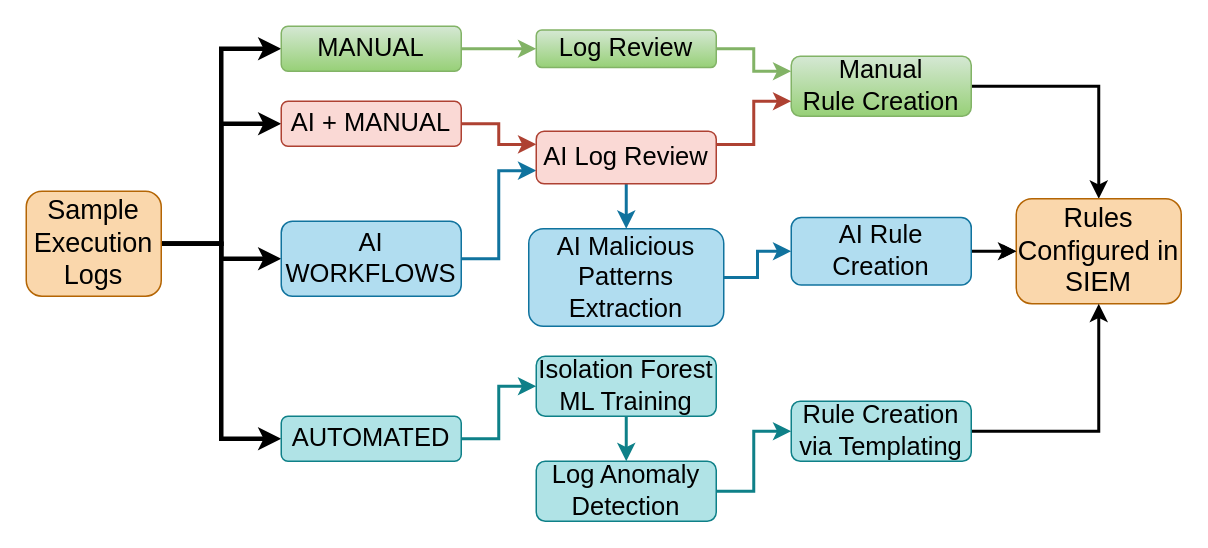
This is documentation/drawio/GenMethods.drawio from zerodavesec/masters-dissertation, a draw.io file, before an edit. Source tidied: cells renumbered, new cells numbered last; positions are measured from the earlier drawing's top-left corner, leaving out a move shared by most shapes. Both pictures are drawn from the tidied source at 150%, with x=0, y=0 at pixel (26, 26).
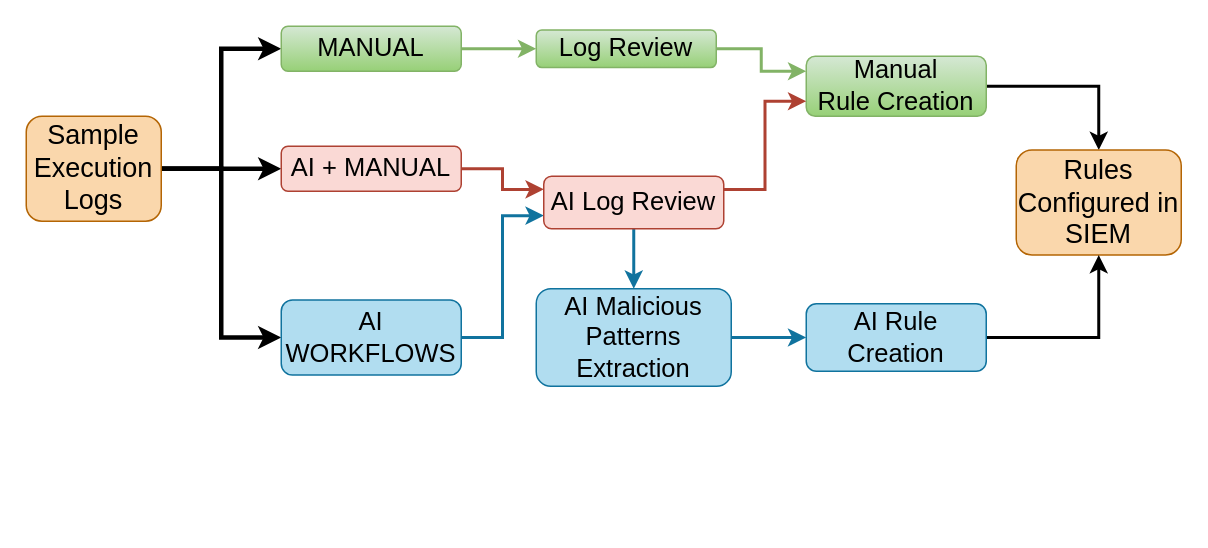
The same diagram, later.

Commit message (it also covers changes not shown here):
Edited Gen Methods graph

Change to the diagram source:
```diff
@@
-    <mxCell id="3" style="edgeStyle=orthogonalEdgeStyle;rounded=0;jettySize=auto;html=1;exitX=1;exitY=0.5;exitDx=0;exitDy=0;entryX=0;entryY=0.5;entryDx=0;entryDy=0;strokeWidth=3;" parent="1" edge="1" source="6" target="12">
-      <mxGeometry relative="1" as="geometry" />
-    </mxCell>
@@
     <mxCell id="6" value="&lt;font style=&quot;font-size: 18px;&quot;&gt;Sample Execution Logs&lt;/font&gt;" style="rounded=1;whiteSpace=wrap;html=1;fillColor=#fad7ac;strokeColor=#b46504;" parent="1" vertex="1">
-      <mxGeometry y="110" width="90" height="70" as="geometry" />
+      <mxGeometry y="60" width="90" height="70" as="geometry" />
     </mxCell>
@@
     <mxCell id="10" value="&lt;font style=&quot;font-size: 17px;&quot;&gt;AI + MANUAL&lt;/font&gt;" style="rounded=1;whiteSpace=wrap;html=1;strokeWidth=1;fillColor=#fad9d5;strokeColor=#ae4132;" parent="1" vertex="1">
-      <mxGeometry x="170" y="50" width="120" height="30" as="geometry" />
+      <mxGeometry x="170" y="80" width="120" height="30" as="geometry" />
     </mxCell>
-    <mxCell id="11" style="edgeStyle=orthogonalEdgeStyle;rounded=0;jettySize=auto;html=1;exitX=1;exitY=0.5;exitDx=0;exitDy=0;entryX=0;entryY=0.5;entryDx=0;entryDy=0;strokeWidth=2;fillColor=#b0e3e6;strokeColor=#0e8088;" parent="1" edge="1" source="12" target="25">
-      <mxGeometry relative="1" as="geometry" />
-    </mxCell>
-    <mxCell id="12" value="&lt;font style=&quot;font-size: 17px;&quot;&gt;AUTOMATED&lt;/font&gt;" style="rounded=1;whiteSpace=wrap;html=1;fillColor=#b0e3e6;strokeColor=#0e8088;" parent="1" vertex="1">
-      <mxGeometry x="170" y="260" width="120" height="30" as="geometry" />
-    </mxCell>
@@
     <mxCell id="14" value="&lt;div&gt;&lt;font style=&quot;font-size: 17px;&quot;&gt;AI WORKFLOWS&lt;/font&gt;&lt;/div&gt;" style="rounded=1;whiteSpace=wrap;html=1;fillColor=#b1ddf0;strokeColor=#10739e;" parent="1" vertex="1">
-      <mxGeometry x="170" y="130" width="120" height="50" as="geometry" />
+      <mxGeometry x="170" y="182.5" width="120" height="50" as="geometry" />
     </mxCell>
@@
     <mxCell id="19" value="&lt;div&gt;&lt;font style=&quot;font-size: 17px;&quot;&gt;Manual&lt;/font&gt;&lt;/div&gt;&lt;div&gt;&lt;font style=&quot;font-size: 17px;&quot;&gt;Rule Creation&lt;/font&gt;&lt;/div&gt;" style="rounded=1;whiteSpace=wrap;html=1;fillColor=#d5e8d4;strokeColor=#82b366;gradientColor=#97d077;" parent="1" vertex="1">
-      <mxGeometry x="510" y="20" width="120" height="40" as="geometry" />
+      <mxGeometry x="520" y="20" width="120" height="40" as="geometry" />
     </mxCell>
     <mxCell id="20" value="&lt;font style=&quot;font-size: 18px;&quot;&gt;Rules Configured in SIEM&lt;/font&gt;" style="rounded=1;whiteSpace=wrap;html=1;fillColor=#fad7ac;strokeColor=#b46504;" parent="1" vertex="1">
-      <mxGeometry x="660" y="115" width="110" height="70" as="geometry" />
+      <mxGeometry x="660" y="82.5" width="110" height="70" as="geometry" />
     </mxCell>
@@
     <mxCell id="23" value="&lt;div&gt;&lt;font style=&quot;font-size: 17px;&quot;&gt;AI Log Review&lt;/font&gt;&lt;/div&gt;" style="rounded=1;whiteSpace=wrap;html=1;fillColor=#fad9d5;strokeColor=#ae4132;" parent="1" vertex="1">
-      <mxGeometry x="340" y="70" width="120" height="35" as="geometry" />
+      <mxGeometry x="345" y="100" width="120" height="35" as="geometry" />
     </mxCell>
-    <mxCell id="24" style="edgeStyle=orthogonalEdgeStyle;rounded=0;jettySize=auto;html=1;exitX=0.5;exitY=1;exitDx=0;exitDy=0;entryX=0.5;entryY=0;entryDx=0;entryDy=0;fillColor=#b0e3e6;strokeColor=#0e8088;strokeWidth=2;" parent="1" edge="1" source="25" target="27">
-      <mxGeometry relative="1" as="geometry" />
-    </mxCell>
-    <mxCell id="25" value="&lt;font style=&quot;font-size: 17px;&quot;&gt;Isolation Forest ML Training&lt;/font&gt;" style="rounded=1;whiteSpace=wrap;html=1;fillColor=#b0e3e6;strokeColor=#0e8088;" parent="1" vertex="1">
-      <mxGeometry x="340" y="220" width="120" height="40" as="geometry" />
-    </mxCell>
-    <mxCell id="26" style="edgeStyle=orthogonalEdgeStyle;rounded=0;jettySize=auto;html=1;exitX=1;exitY=0.5;exitDx=0;exitDy=0;entryX=0;entryY=0.5;entryDx=0;entryDy=0;fillColor=#b0e3e6;strokeColor=#0e8088;strokeWidth=2;" parent="1" edge="1" source="27" target="29">
-      <mxGeometry relative="1" as="geometry" />
-    </mxCell>
-    <mxCell id="27" value="&lt;font style=&quot;font-size: 17px;&quot;&gt;Log Anomaly Detection&lt;/font&gt;" style="rounded=1;whiteSpace=wrap;html=1;fillColor=#b0e3e6;strokeColor=#0e8088;" parent="1" vertex="1">
-      <mxGeometry x="340" y="290" width="120" height="40" as="geometry" />
-    </mxCell>
-    <mxCell id="28" style="edgeStyle=orthogonalEdgeStyle;rounded=0;jettySize=auto;html=1;exitX=1;exitY=0.5;exitDx=0;exitDy=0;entryX=0.5;entryY=1;entryDx=0;entryDy=0;strokeWidth=2;" parent="1" edge="1" source="29" target="20">
-      <mxGeometry relative="1" as="geometry" />
-    </mxCell>
-    <mxCell id="29" value="&lt;font style=&quot;font-size: 17px;&quot;&gt;Rule Creation via Templating&lt;/font&gt;" style="rounded=1;whiteSpace=wrap;html=1;fillColor=#b0e3e6;strokeColor=#0e8088;strokeWidth=1;" parent="1" vertex="1">
-      <mxGeometry x="510" y="250" width="120" height="40" as="geometry" />
-    </mxCell>
@@
     <mxCell id="31" value="&lt;font style=&quot;font-size: 17px;&quot;&gt;AI Malicious Patterns Extraction&lt;/font&gt;" style="rounded=1;whiteSpace=wrap;html=1;fillColor=#b1ddf0;strokeColor=#10739e;" parent="1" vertex="1">
-      <mxGeometry x="335" y="135" width="130" height="65" as="geometry" />
+      <mxGeometry x="340" y="175" width="130" height="65" as="geometry" />
     </mxCell>
-    <mxCell id="32" style="edgeStyle=orthogonalEdgeStyle;rounded=0;jettySize=auto;html=1;exitX=1;exitY=0.5;exitDx=0;exitDy=0;entryX=0;entryY=0.5;entryDx=0;entryDy=0;" parent="1" edge="1" source="34" target="20">
-      <mxGeometry relative="1" as="geometry" />
-    </mxCell>
-    <mxCell id="33" style="edgeStyle=orthogonalEdgeStyle;rounded=0;jettySize=auto;html=1;strokeWidth=2;" parent="1" edge="1" source="34" target="20">
-      <mxGeometry relative="1" as="geometry" />
-    </mxCell>
+    <mxCell id="35" style="edgeStyle=orthogonalEdgeStyle;rounded=0;jettySize=auto;html=1;exitX=1;exitY=0.5;exitDx=0;exitDy=0;entryX=0.5;entryY=1;entryDx=0;entryDy=0;strokeWidth=2;" parent="1" edge="1" source="34" target="20">
+      <mxGeometry relative="1" as="geometry" />
+    </mxCell>
     <mxCell id="34" value="&lt;font style=&quot;font-size: 17px;&quot;&gt;AI Rule Creation&lt;/font&gt;" style="rounded=1;whiteSpace=wrap;html=1;fillColor=#b1ddf0;strokeColor=#10739e;strokeWidth=1;" parent="1" vertex="1">
-      <mxGeometry x="510" y="127.5" width="120" height="45" as="geometry" />
+      <mxGeometry x="520" y="185" width="120" height="45" as="geometry" />
     </mxCell>
```
